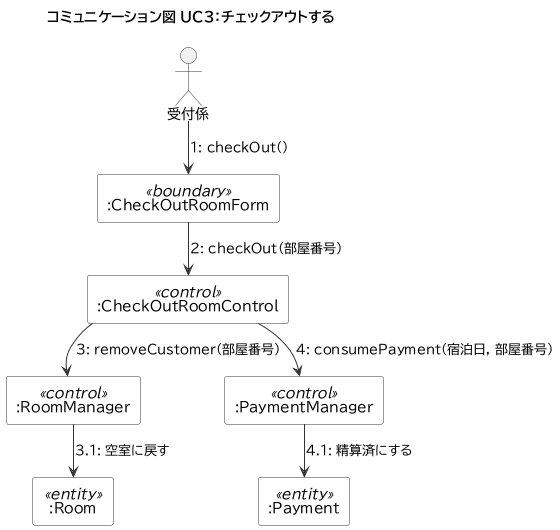
Above: diagrams/03-3_UC3コミュニケーション図.png in Igakg/software-engineering-hotel-v2 (PlantUML), before the change. Its diagram source:
```plantuml
@startuml
!pragma layout smetana
!include _style.iuml
title コミュニケーション図 UC3：チェックアウトする

actor 受付係 as clerk
rectangle ":CheckOutRoomForm" <<boundary>> as form
rectangle ":CheckOutRoomControl" <<control>> as control
rectangle ":RoomManager" <<control>> as rm
rectangle ":PaymentManager" <<control>> as pm
rectangle ":Room" <<entity>> as room
rectangle ":Payment" <<entity>> as pay

clerk --> form : 1: checkOut()
form --> control : 2: checkOut(部屋番号)
control --> rm : 3: removeCustomer(部屋番号)
rm --> room : 3.1: 空室に戻す
control --> pm : 4: consumePayment(宿泊日, 部屋番号)
pm --> pay : 4.1: 精算済にする
@enduml
```
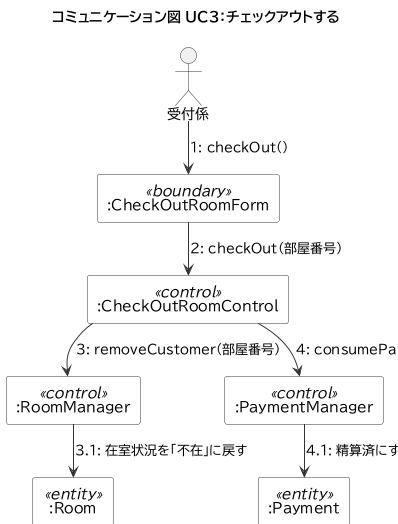
After the change.

What changed in the source:
```diff
@@ -14,7 +14,7 @@
 clerk --> form : 1: checkOut()
 form --> control : 2: checkOut(部屋番号)
 control --> rm : 3: removeCustomer(部屋番号)
-rm --> room : 3.1: 空室に戻す
+rm --> room : 3.1: 在室状況を「不在」に戻す
 control --> pm : 4: consumePayment(宿泊日, 部屋番号)
 pm --> pay : 4.1: 精算済にする
 @enduml
```
